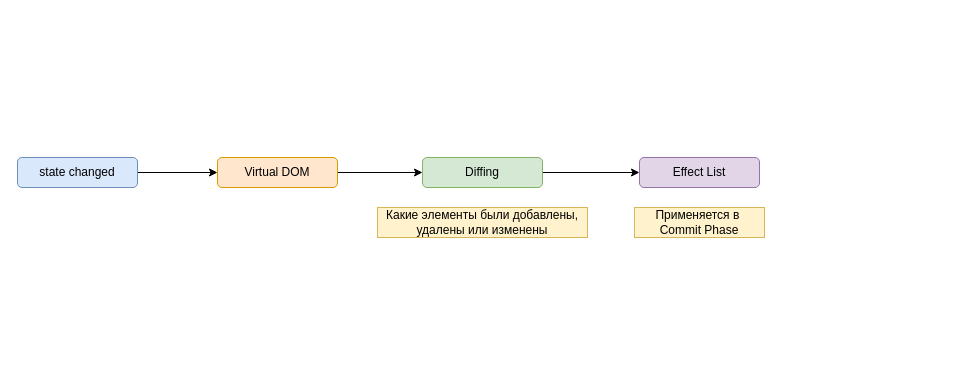
The draw.io diagram Web/React.drawio in orlov-oleg-developer/uml-diagrams, before the edit. Source tidied: cells renumbered, new cells numbered last; positions are measured from the earlier drawing's top-left corner, leaving out a move shared by most shapes. Both pictures are drawn from the tidied source at 100%, with x=0, y=0 at pixel (17, 157).
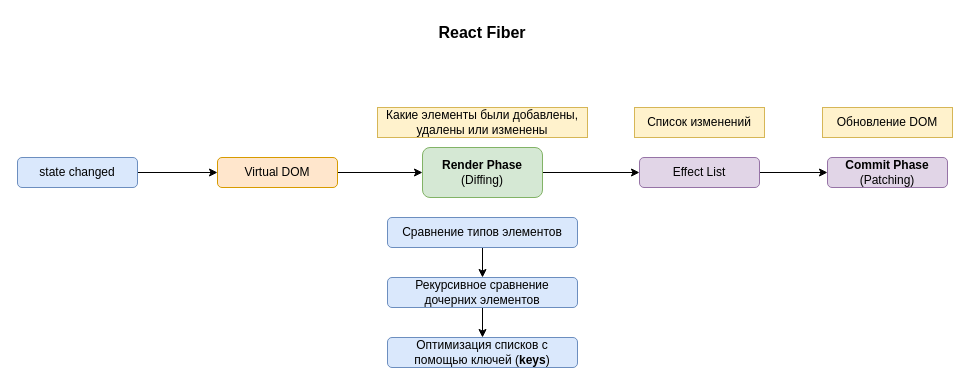
The same diagram, later.

What changed in the source:
```diff
@@
 <mxGraphModel>
   <root>
     <mxCell id="0" />
     <mxCell id="1" parent="0" />
     <mxCell id="2" style="edgeStyle=orthogonalEdgeStyle;rounded=0;jettySize=auto;html=1;" parent="1" edge="1" source="3" target="5">
       <mxGeometry relative="1" as="geometry" />
     </mxCell>
     <mxCell id="3" value="state changed" style="rounded=1;whiteSpace=wrap;html=1;fillColor=#dae8fc;strokeColor=#6c8ebf;" parent="1" vertex="1">
       <mxGeometry width="120" height="30" as="geometry" />
     </mxCell>
     <mxCell id="4" style="edgeStyle=orthogonalEdgeStyle;rounded=0;jettySize=auto;html=1;" parent="1" edge="1" source="5" target="7">
       <mxGeometry relative="1" as="geometry" />
     </mxCell>
     <mxCell id="5" value="Virtual DOM" style="rounded=1;whiteSpace=wrap;html=1;fillColor=#ffe6cc;strokeColor=#d79b00;" parent="1" vertex="1">
       <mxGeometry x="200" width="120" height="30" as="geometry" />
     </mxCell>
     <mxCell id="6" style="edgeStyle=orthogonalEdgeStyle;rounded=0;jettySize=auto;html=1;" parent="1" edge="1" source="7" target="8">
       <mxGeometry relative="1" as="geometry" />
     </mxCell>
-    <mxCell id="7" value="Diffing" style="rounded=1;whiteSpace=wrap;html=1;fillColor=#d5e8d4;strokeColor=#82b366;" parent="1" vertex="1">
-      <mxGeometry x="405" width="120" height="30" as="geometry" />
+    <mxCell id="7" value="&lt;b&gt;Render Phase&lt;/b&gt;&lt;br&gt;(Diffing)" style="rounded=1;whiteSpace=wrap;html=1;fillColor=#d5e8d4;strokeColor=#82b366;" parent="1" vertex="1">
+      <mxGeometry x="405" y="-10" width="120" height="50" as="geometry" />
     </mxCell>
+    <mxCell id="11" style="edgeStyle=orthogonalEdgeStyle;rounded=0;jettySize=auto;html=1;" parent="1" edge="1" source="8" target="12">
+      <mxGeometry relative="1" as="geometry" />
+    </mxCell>
     <mxCell id="8" value="Effect List" style="rounded=1;whiteSpace=wrap;html=1;fillColor=#e1d5e7;strokeColor=#9673a6;" parent="1" vertex="1">
       <mxGeometry x="622" width="120" height="30" as="geometry" />
     </mxCell>
     <mxCell id="9" value="Какие элементы были добавлены, удалены или изменены" style="text;html=1;whiteSpace=wrap;strokeColor=#d6b656;fillColor=#fff2cc;align=center;verticalAlign=middle;rounded=0;" parent="1" vertex="1">
-      <mxGeometry x="360" y="50" width="210" height="30" as="geometry" />
+      <mxGeometry x="360" y="-50" width="210" height="30" as="geometry" />
     </mxCell>
-    <mxCell id="10" value="Применяется в&amp;nbsp;&lt;div&gt;Commit Phase&lt;/div&gt;" style="text;html=1;whiteSpace=wrap;strokeColor=#d6b656;fillColor=#fff2cc;align=center;verticalAlign=middle;rounded=0;" parent="1" vertex="1">
-      <mxGeometry x="617" y="50" width="130" height="30" as="geometry" />
+    <mxCell id="10" value="Список изменений" style="text;html=1;whiteSpace=wrap;strokeColor=#d6b656;fillColor=#fff2cc;align=center;verticalAlign=middle;rounded=0;" parent="1" vertex="1">
+      <mxGeometry x="617" y="-50" width="130" height="30" as="geometry" />
     </mxCell>
+    <mxCell id="12" value="&lt;b&gt;Commit Phase&lt;/b&gt; (Patching)" style="rounded=1;whiteSpace=wrap;html=1;fillColor=#e1d5e7;strokeColor=#9673a6;" parent="1" vertex="1">
+      <mxGeometry x="810" width="120" height="30" as="geometry" />
+    </mxCell>
+    <mxCell id="13" value="Обновление DOM" style="text;html=1;whiteSpace=wrap;strokeColor=#d6b656;fillColor=#fff2cc;align=center;verticalAlign=middle;rounded=0;" parent="1" vertex="1">
+      <mxGeometry x="805" y="-50" width="130" height="30" as="geometry" />
+    </mxCell>
+    <mxCell id="14" style="edgeStyle=orthogonalEdgeStyle;rounded=0;jettySize=auto;html=1;entryX=0.5;entryY=0;entryDx=0;entryDy=0;" parent="1" edge="1" source="15" target="17">
+      <mxGeometry relative="1" as="geometry" />
+    </mxCell>
+    <mxCell id="15" value="Сравнение типов элементов" style="rounded=1;whiteSpace=wrap;html=1;fillColor=#dae8fc;strokeColor=#6c8ebf;" parent="1" vertex="1">
+      <mxGeometry x="370" y="60" width="190" height="30" as="geometry" />
+    </mxCell>
+    <mxCell id="16" style="edgeStyle=orthogonalEdgeStyle;rounded=0;jettySize=auto;html=1;entryX=0.5;entryY=0;entryDx=0;entryDy=0;" parent="1" edge="1" source="17" target="18">
+      <mxGeometry relative="1" as="geometry" />
+    </mxCell>
+    <mxCell id="17" value="Рекурсивное сравнение дочерних элементов" style="rounded=1;whiteSpace=wrap;html=1;fillColor=#dae8fc;strokeColor=#6c8ebf;" parent="1" vertex="1">
+      <mxGeometry x="370" y="120" width="190" height="30" as="geometry" />
+    </mxCell>
+    <mxCell id="18" value="Оптимизация списков с помощью ключей (&lt;b&gt;keys&lt;/b&gt;)" style="rounded=1;whiteSpace=wrap;html=1;fillColor=#dae8fc;strokeColor=#6c8ebf;" parent="1" vertex="1">
+      <mxGeometry x="370" y="180" width="190" height="30" as="geometry" />
+    </mxCell>
+    <mxCell id="19" value="&lt;b&gt;&lt;font style=&quot;font-size: 16px;&quot;&gt;React Fiber&lt;/font&gt;&lt;/b&gt;" style="text;html=1;whiteSpace=wrap;strokeColor=none;fillColor=none;align=center;verticalAlign=middle;rounded=0;" parent="1" vertex="1">
+      <mxGeometry x="410" y="-140" width="110" height="30" as="geometry" />
+    </mxCell>
   </root>
 </mxGraphModel>
```
